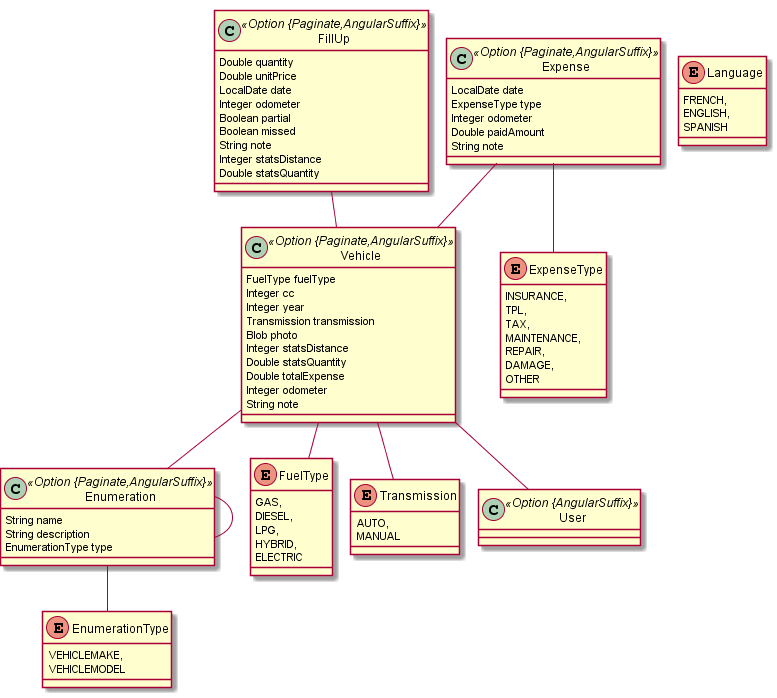
Above: jhipster-jdl.png in hazerbaker/yakitanaliz (PlantUML), before the change.
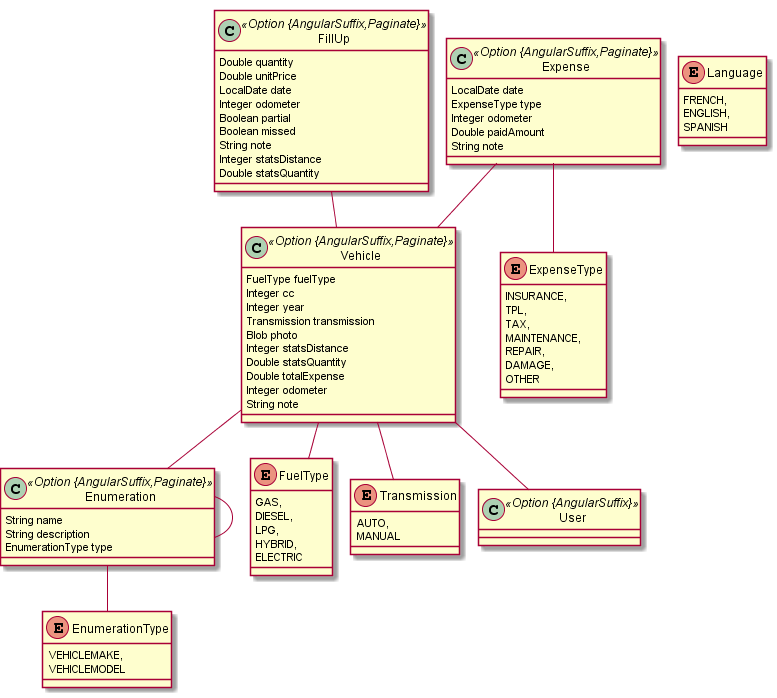
Later version of the same file.

Commit message:
expense backend cont

Change to the diagram source:
```diff
@@ -1,13 +1,13 @@
 @startuml
 	!pragma graphviz_dot jdot
 	!pragma syntax class
-	class Enumeration <<Option {Paginate,AngularSuffix}>> {
+	class Enumeration <<Option {AngularSuffix,Paginate}>> {
 		String name
 		String description
 		EnumerationType type
 	}
 	Enumeration ..> EnumerationType
-	class Vehicle <<Option {Paginate,AngularSuffix}>> {
+	class Vehicle <<Option {AngularSuffix,Paginate}>> {
 		FuelType fuelType
 		Integer cc
 		Integer year
@@ -21,7 +21,7 @@
 	}
 	Vehicle ..> FuelType
 	Vehicle ..> Transmission
-	class FillUp <<Option {Paginate,AngularSuffix}>> {
+	class FillUp <<Option {AngularSuffix,Paginate}>> {
 		Double quantity
 		Double unitPrice
 		LocalDate date
@@ -32,7 +32,7 @@
 		Integer statsDistance
 		Double statsQuantity
 	}
-	class Expense <<Option {Paginate,AngularSuffix}>> {
+	class Expense <<Option {AngularSuffix,Paginate}>> {
 		LocalDate date
 		ExpenseType type
 		Integer odometer
```
